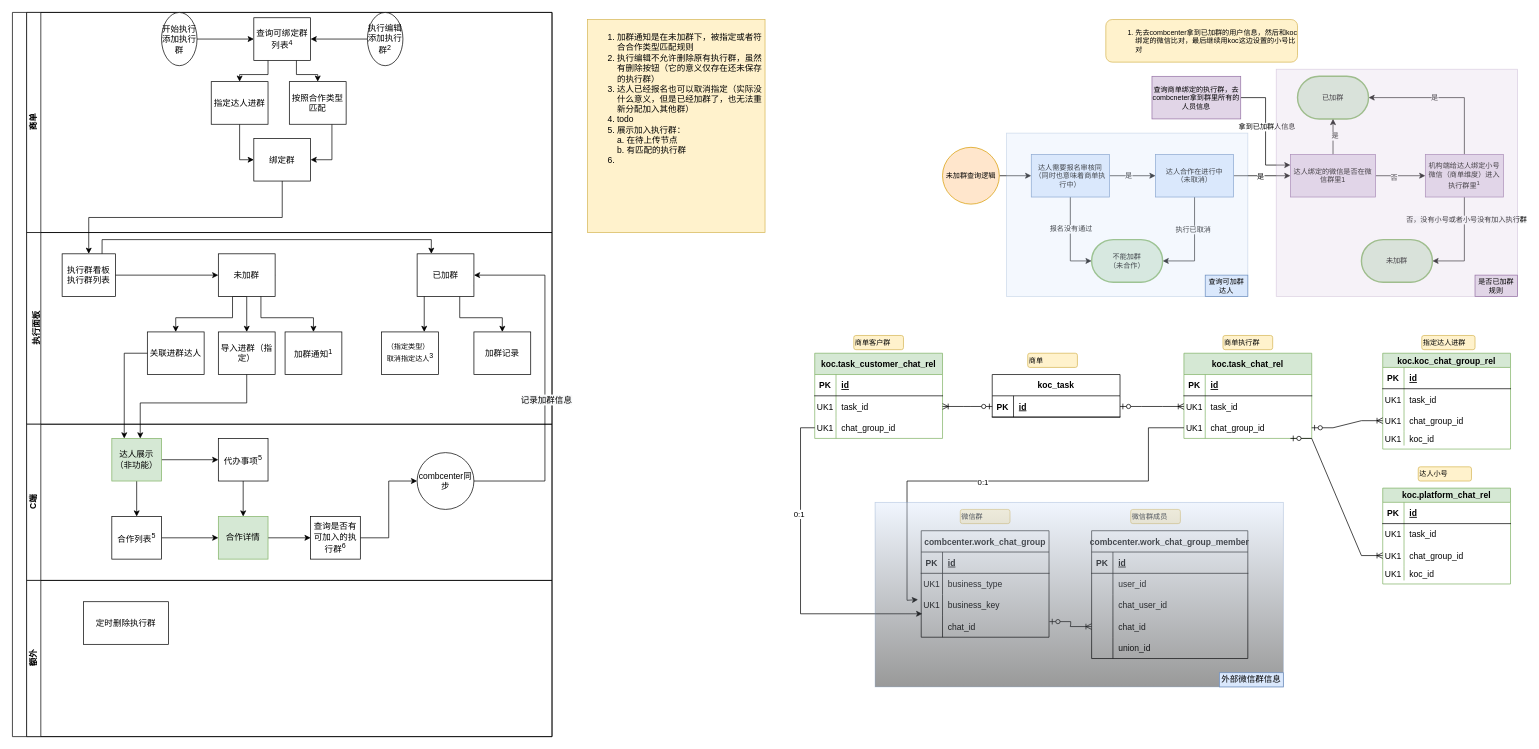
This is work/未命名绘图.drawio from kaimz/uml, a draw.io file, before an edit. Source tidied: cells renumbered, new cells numbered last; positions are measured from the earlier drawing's top-left corner, leaving out a move shared by most shapes. Both pictures are drawn from the tidied source at 71%, with x=0, y=0 at pixel (12, 12).
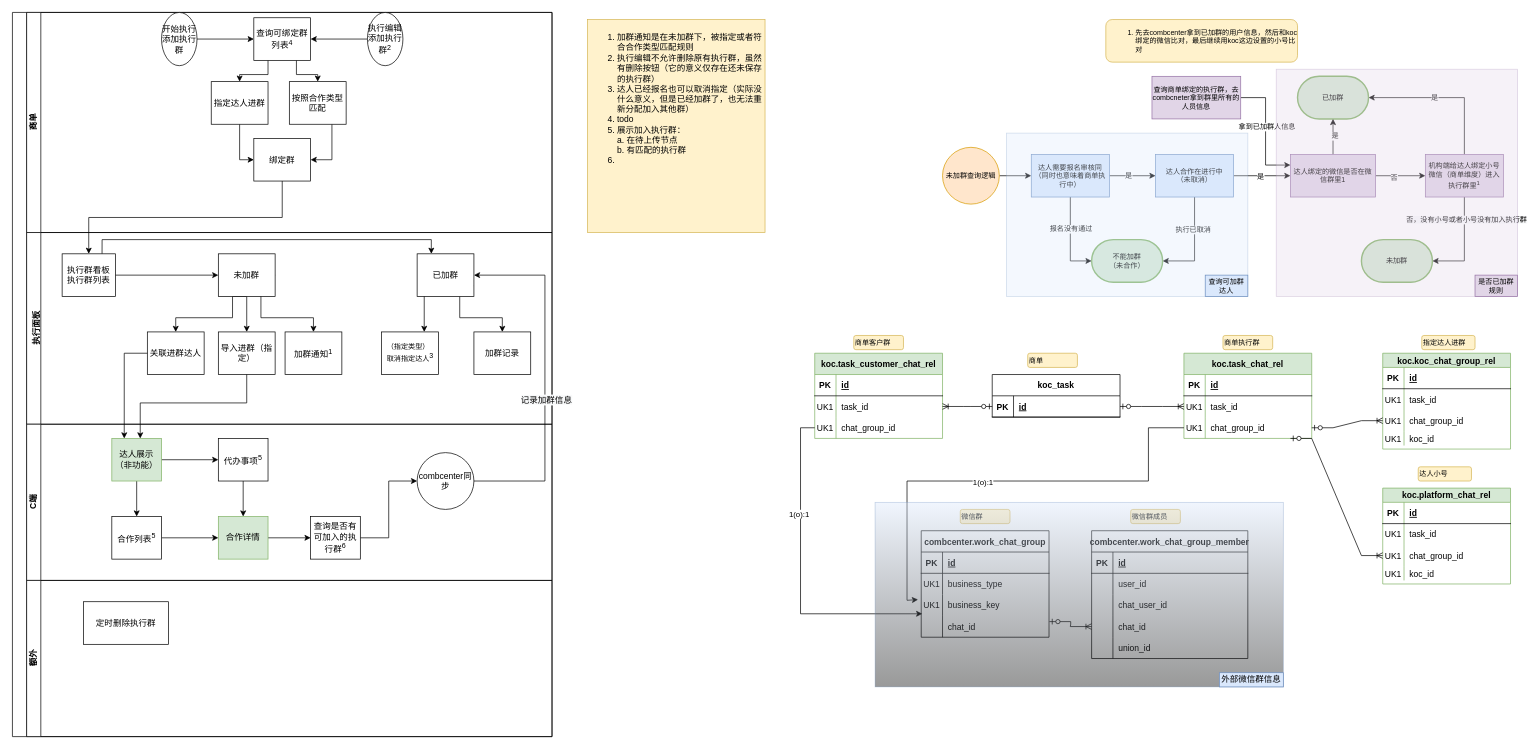
After the change.

Commit message (it also covers changes not shown here):
更新未命名绘图.drawio

The change refers to these unchanged cells:
```xml
<mxCell id="177" style="edgeStyle=orthogonalEdgeStyle;rounded=0;jettySize=auto;html=1;exitX=0;exitY=0.5;exitDx=0;exitDy=0;entryX=-0.025;entryY=0.233;entryDx=0;entryDy=0;entryPerimeter=0;" parent="1" edge="1" source="97" target="152">
  <mxGeometry relative="1" as="geometry">
    <Array as="points">
      <mxPoint x="1600" y="585" />
      <mxPoint x="1600" y="660" />
      <mxPoint x="1260" y="660" />
      <mxPoint x="1260" y="828" />
    </Array>
  </mxGeometry>
</mxCell>
<mxCell id="179" style="edgeStyle=orthogonalEdgeStyle;rounded=0;jettySize=auto;html=1;exitX=0;exitY=0.5;exitDx=0;exitDy=0;entryX=0.008;entryY=0.9;entryDx=0;entryDy=0;entryPerimeter=0;" parent="1" edge="1" source="139" target="152">
  <mxGeometry relative="1" as="geometry" />
</mxCell>
```

Diff of the diagram source:
```diff
@@
-    <mxCell id="178" value="0:1" style="edgeLabel;html=1;align=center;verticalAlign=middle;" parent="177" vertex="1">
+    <mxCell id="178" value="1(o):1" style="edgeLabel;html=1;align=center;verticalAlign=middle;" parent="177" vertex="1">
       <mxGeometry x="0.11" y="1" relative="1" as="geometry">
         <mxPoint x="1" as="offset" />
       </mxGeometry>
     </mxCell>
@@
-    <mxCell id="180" value="0:1" style="edgeLabel;html=1;align=center;verticalAlign=middle;" parent="179" vertex="1">
+    <mxCell id="180" value="1(o):1" style="edgeLabel;html=1;align=center;verticalAlign=middle;" parent="179" vertex="1">
       <mxGeometry x="-0.38" y="-3" relative="1" as="geometry" />
     </mxCell>
```
